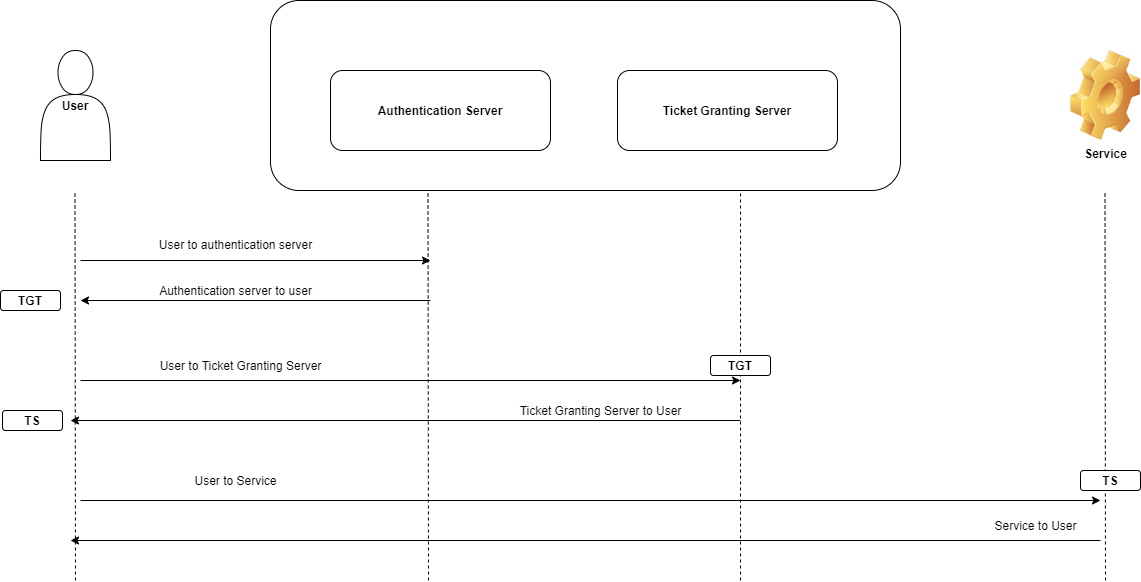
Massipssa/Docs keeps this draw.io diagram as security/img/kerberos.png. Above is the earlier version. Source tidied: cells renumbered, new cells last; positions are measured from the earlier drawing's top-left corner, leaving out a move shared by most shapes. The source it was exported from:
```xml
<mxGraphModel>
  <root>
    <mxCell id="0" />
    <mxCell id="1" parent="0" />
    <mxCell id="2" style="rounded=1;whiteSpace=wrap;html=1;" parent="1" vertex="1">
      <mxGeometry x="270" width="630" height="190" as="geometry" />
    </mxCell>
    <mxCell id="3" value="&lt;b&gt;Authentication Server&lt;/b&gt;" style="rounded=1;whiteSpace=wrap;html=1;" parent="1" vertex="1">
      <mxGeometry x="330" y="70" width="220" height="80" as="geometry" />
    </mxCell>
    <mxCell id="4" style="endArrow=none;dashed=1;html=1;entryX=0.25;entryY=1;entryDx=0;entryDy=0;" parent="1" edge="1" target="2">
      <mxGeometry relative="1" as="geometry">
        <mxPoint x="428" y="580" as="sourcePoint" />
      </mxGeometry>
    </mxCell>
    <mxCell id="5" style="endArrow=none;dashed=1;html=1;entryX=0.25;entryY=1;entryDx=0;entryDy=0;" parent="1" edge="1">
      <mxGeometry relative="1" as="geometry">
        <mxPoint x="740" y="580" as="sourcePoint" />
        <mxPoint x="740" y="190" as="targetPoint" />
      </mxGeometry>
    </mxCell>
    <mxCell id="6" value="&lt;b&gt;Ticket Granting Server&lt;/b&gt;" style="rounded=1;whiteSpace=wrap;html=1;" parent="1" vertex="1">
      <mxGeometry x="617" y="70" width="220" height="80" as="geometry" />
    </mxCell>
    <mxCell id="7" value="&lt;b&gt;User&lt;/b&gt;" style="shape=actor;whiteSpace=wrap;html=1;" parent="1" vertex="1">
      <mxGeometry x="40" y="50" width="70" height="110" as="geometry" />
    </mxCell>
    <mxCell id="8" style="endArrow=none;dashed=1;html=1;entryX=0.25;entryY=1;entryDx=0;entryDy=0;" parent="1" edge="1">
      <mxGeometry relative="1" as="geometry">
        <mxPoint x="75" y="580" as="sourcePoint" />
        <mxPoint x="74.5" y="190" as="targetPoint" />
      </mxGeometry>
    </mxCell>
    <mxCell id="9" style="endArrow=classic;html=1;" parent="1" edge="1">
      <mxGeometry relative="1" as="geometry">
        <mxPoint x="80" y="260" as="sourcePoint" />
        <mxPoint x="430" y="260" as="targetPoint" />
      </mxGeometry>
    </mxCell>
    <mxCell id="10" value="User to authentication server" style="text;html=1;align=center;verticalAlign=middle;strokeColor=none;" parent="1" vertex="1">
      <mxGeometry x="150" y="234" width="170" height="20" as="geometry" />
    </mxCell>
    <mxCell id="11" style="endArrow=classic;html=1;" parent="1" edge="1">
      <mxGeometry relative="1" as="geometry">
        <mxPoint x="430" y="300" as="sourcePoint" />
        <mxPoint x="80" y="300" as="targetPoint" />
      </mxGeometry>
    </mxCell>
    <mxCell id="12" value="Authentication server to user" style="text;html=1;align=center;verticalAlign=middle;strokeColor=none;" parent="1" vertex="1">
      <mxGeometry x="150" y="280" width="170" height="20" as="geometry" />
    </mxCell>
    <mxCell id="13" style="endArrow=classic;html=1;" parent="1" edge="1">
      <mxGeometry relative="1" as="geometry">
        <mxPoint x="80" y="380" as="sourcePoint" />
        <mxPoint x="740" y="380" as="targetPoint" />
      </mxGeometry>
    </mxCell>
    <mxCell id="14" value="&lt;b&gt;TGT&lt;/b&gt;" style="rounded=1;whiteSpace=wrap;html=1;" parent="1" vertex="1">
      <mxGeometry y="290" width="60" height="20" as="geometry" />
    </mxCell>
    <mxCell id="15" value="&lt;b&gt;TGT&lt;/b&gt;" style="rounded=1;whiteSpace=wrap;html=1;" parent="1" vertex="1">
      <mxGeometry x="710" y="355" width="60" height="20" as="geometry" />
    </mxCell>
    <mxCell id="16" value="User to Ticket Granting Server" style="text;html=1;align=center;verticalAlign=middle;strokeColor=none;" parent="1" vertex="1">
      <mxGeometry x="150" y="355" width="180" height="20" as="geometry" />
    </mxCell>
    <mxCell id="17" style="endArrow=classic;html=1;" parent="1" edge="1">
      <mxGeometry relative="1" as="geometry">
        <mxPoint x="740" y="420" as="sourcePoint" />
        <mxPoint x="70" y="420" as="targetPoint" />
      </mxGeometry>
    </mxCell>
    <mxCell id="18" value="&lt;b&gt;TS&lt;/b&gt;" style="rounded=1;whiteSpace=wrap;html=1;" parent="1" vertex="1">
      <mxGeometry x="2" y="410" width="60" height="20" as="geometry" />
    </mxCell>
    <mxCell id="19" value="&lt;b&gt;Service&lt;/b&gt;" style="shape=image;html=1;verticalLabelPosition=bottom;verticalAlign=top;imageAspect=0;image=img/clipart/Gear_128x128.png;" parent="1" vertex="1">
      <mxGeometry x="1070" y="50" width="70" height="90" as="geometry" />
    </mxCell>
    <mxCell id="20" style="endArrow=none;dashed=1;html=1;entryX=0.25;entryY=1;entryDx=0;entryDy=0;" parent="1" edge="1">
      <mxGeometry relative="1" as="geometry">
        <mxPoint x="1105" y="580" as="sourcePoint" />
        <mxPoint x="1104.5" y="190" as="targetPoint" />
      </mxGeometry>
    </mxCell>
    <mxCell id="21" value="Ticket Granting Server to User" style="text;html=1;align=center;verticalAlign=middle;strokeColor=none;" parent="1" vertex="1">
      <mxGeometry x="510" y="400" width="180" height="20" as="geometry" />
    </mxCell>
    <mxCell id="22" style="endArrow=classic;html=1;" parent="1" edge="1">
      <mxGeometry relative="1" as="geometry">
        <mxPoint x="80" y="500" as="sourcePoint" />
        <mxPoint x="1100" y="500" as="targetPoint" />
      </mxGeometry>
    </mxCell>
    <mxCell id="23" style="endArrow=classic;html=1;" parent="1" edge="1">
      <mxGeometry relative="1" as="geometry">
        <mxPoint x="1100" y="540" as="sourcePoint" />
        <mxPoint x="70" y="540" as="targetPoint" />
      </mxGeometry>
    </mxCell>
    <mxCell id="24" value="User to Service" style="text;html=1;align=center;verticalAlign=middle;strokeColor=none;" parent="1" vertex="1">
      <mxGeometry x="185" y="470" width="100" height="20" as="geometry" />
    </mxCell>
    <mxCell id="25" value="&lt;b&gt;TS&lt;/b&gt;" style="rounded=1;whiteSpace=wrap;html=1;" parent="1" vertex="1">
      <mxGeometry x="1080" y="470" width="60" height="20" as="geometry" />
    </mxCell>
    <mxCell id="26" value="Service to User" style="text;html=1;align=center;verticalAlign=middle;strokeColor=none;" parent="1" vertex="1">
      <mxGeometry x="985" y="515" width="100" height="20" as="geometry" />
    </mxCell>
  </root>
</mxGraphModel>
```
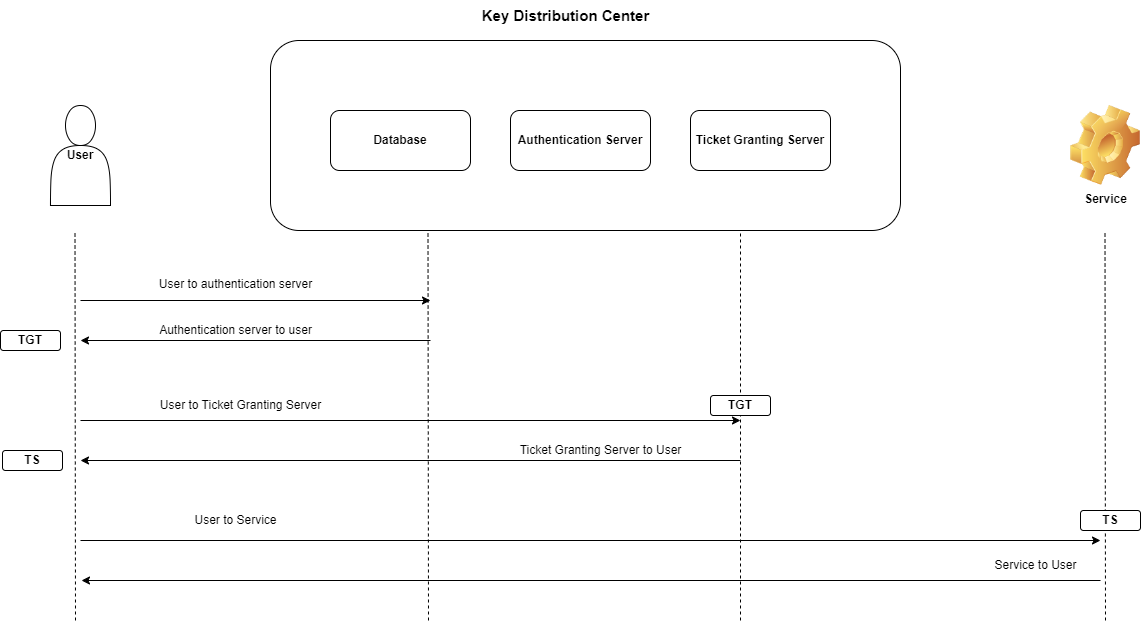
After the change.

What changed in the source:
```diff
@@ -5,9 +5,6 @@
     <mxCell id="2" style="rounded=1;whiteSpace=wrap;html=1;" parent="1" vertex="1">
       <mxGeometry x="270" width="630" height="190" as="geometry" />
     </mxCell>
-    <mxCell id="3" value="&lt;b&gt;Authentication Server&lt;/b&gt;" style="rounded=1;whiteSpace=wrap;html=1;" parent="1" vertex="1">
-      <mxGeometry x="330" y="70" width="220" height="80" as="geometry" />
-    </mxCell>
     <mxCell id="4" style="endArrow=none;dashed=1;html=1;entryX=0.25;entryY=1;entryDx=0;entryDy=0;" parent="1" edge="1" target="2">
       <mxGeometry relative="1" as="geometry">
         <mxPoint x="428" y="580" as="sourcePoint" />
@@ -20,10 +17,10 @@
       </mxGeometry>
     </mxCell>
     <mxCell id="6" value="&lt;b&gt;Ticket Granting Server&lt;/b&gt;" style="rounded=1;whiteSpace=wrap;html=1;" parent="1" vertex="1">
-      <mxGeometry x="617" y="70" width="220" height="80" as="geometry" />
+      <mxGeometry x="690" y="70" width="140" height="60" as="geometry" />
     </mxCell>
     <mxCell id="7" value="&lt;b&gt;User&lt;/b&gt;" style="shape=actor;whiteSpace=wrap;html=1;" parent="1" vertex="1">
-      <mxGeometry x="40" y="50" width="70" height="110" as="geometry" />
+      <mxGeometry x="50" y="65" width="60" height="100" as="geometry" />
     </mxCell>
     <mxCell id="8" style="endArrow=none;dashed=1;html=1;entryX=0.25;entryY=1;entryDx=0;entryDy=0;" parent="1" edge="1">
       <mxGeometry relative="1" as="geometry">
@@ -67,14 +64,14 @@
     <mxCell id="17" style="endArrow=classic;html=1;" parent="1" edge="1">
       <mxGeometry relative="1" as="geometry">
         <mxPoint x="740" y="420" as="sourcePoint" />
-        <mxPoint x="70" y="420" as="targetPoint" />
+        <mxPoint x="80" y="420" as="targetPoint" />
       </mxGeometry>
     </mxCell>
     <mxCell id="18" value="&lt;b&gt;TS&lt;/b&gt;" style="rounded=1;whiteSpace=wrap;html=1;" parent="1" vertex="1">
       <mxGeometry x="2" y="410" width="60" height="20" as="geometry" />
     </mxCell>
     <mxCell id="19" value="&lt;b&gt;Service&lt;/b&gt;" style="shape=image;html=1;verticalLabelPosition=bottom;verticalAlign=top;imageAspect=0;image=img/clipart/Gear_128x128.png;" parent="1" vertex="1">
-      <mxGeometry x="1070" y="50" width="70" height="90" as="geometry" />
+      <mxGeometry x="1070" y="65" width="70" height="80" as="geometry" />
     </mxCell>
     <mxCell id="20" style="endArrow=none;dashed=1;html=1;entryX=0.25;entryY=1;entryDx=0;entryDy=0;" parent="1" edge="1">
       <mxGeometry relative="1" as="geometry">
@@ -94,7 +91,7 @@
     <mxCell id="23" style="endArrow=classic;html=1;" parent="1" edge="1">
       <mxGeometry relative="1" as="geometry">
         <mxPoint x="1100" y="540" as="sourcePoint" />
-        <mxPoint x="70" y="540" as="targetPoint" />
+        <mxPoint x="81" y="540" as="targetPoint" />
       </mxGeometry>
     </mxCell>
     <mxCell id="24" value="User to Service" style="text;html=1;align=center;verticalAlign=middle;strokeColor=none;" parent="1" vertex="1">
@@ -106,5 +103,14 @@
     <mxCell id="26" value="Service to User" style="text;html=1;align=center;verticalAlign=middle;strokeColor=none;" parent="1" vertex="1">
       <mxGeometry x="985" y="515" width="100" height="20" as="geometry" />
     </mxCell>
+    <mxCell id="27" value="&lt;font style=&quot;font-size: 15px;&quot;&gt;&lt;b&gt;Key Distribution Center&lt;/b&gt;&lt;/font&gt;" style="text;html=1;align=center;verticalAlign=middle;strokeColor=none;fillColor=none;" parent="1" vertex="1">
+      <mxGeometry x="470" y="-40" width="190" height="30" as="geometry" />
+    </mxCell>
+    <mxCell id="3" value="&lt;b style=&quot;border-color: var(--border-color);&quot;&gt;Authentication Server&lt;/b&gt;" style="rounded=1;whiteSpace=wrap;html=1;" parent="1" vertex="1">
+      <mxGeometry x="510" y="70" width="140" height="60" as="geometry" />
+    </mxCell>
+    <mxCell id="28" value="&lt;span&gt;Database&lt;/span&gt;" style="rounded=1;whiteSpace=wrap;html=1;fontStyle=1;" parent="1" vertex="1">
+      <mxGeometry x="330" y="70" width="140" height="60" as="geometry" />
+    </mxCell>
   </root>
 </mxGraphModel>
```
